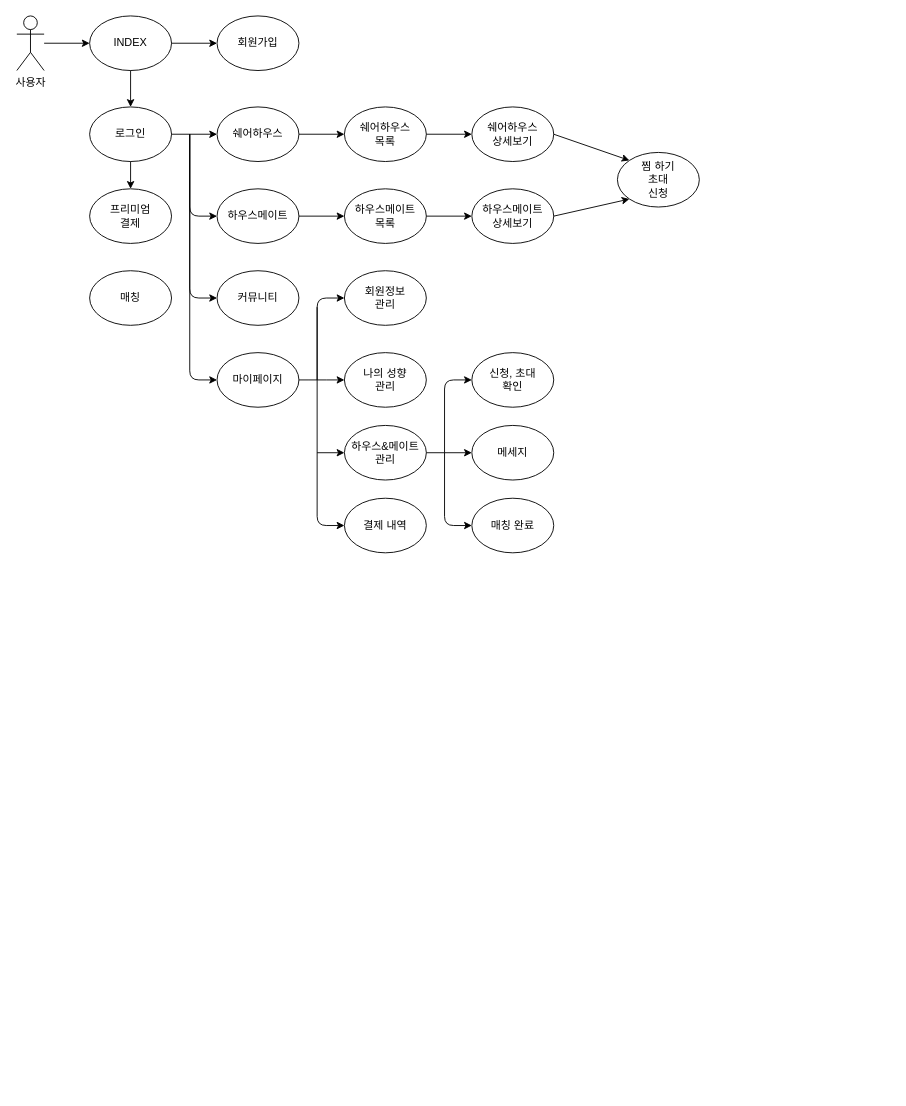
This is Untitled Diagram.drawio from 0905cjw/0905cjw.github.io, a draw.io file, before an edit. Source tidied: cells renumbered, new cells numbered last; positions are measured from the earlier drawing's top-left corner, leaving out a move shared by most shapes. Both pictures are drawn from the tidied source at 91%, with x=0, y=0 at pixel (16, 15).
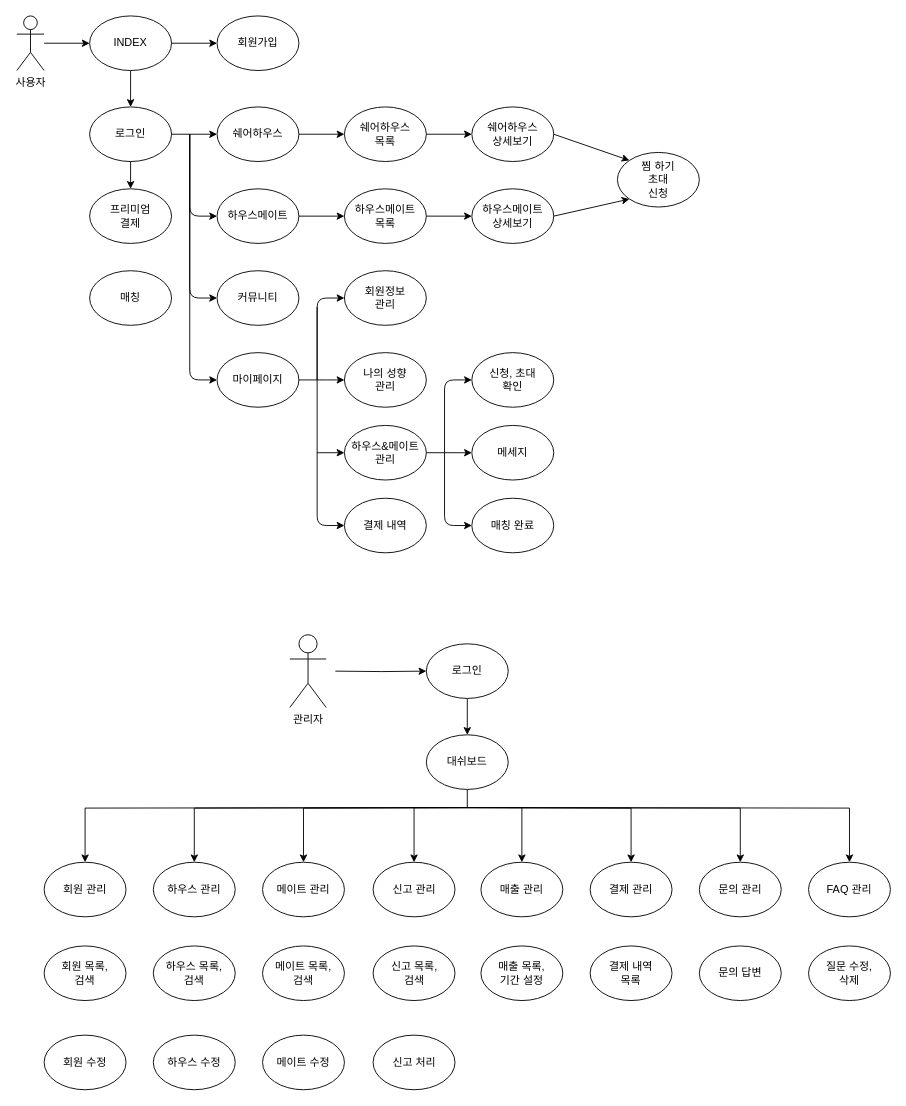
The same diagram, later.

Commit message:
사용자, 관리자

Diff of the diagram source:
```diff
@@
+    <mxCell id="45" style="edgeStyle=orthogonalEdgeStyle;rounded=0;jettySize=auto;html=1;entryX=0;entryY=0.5;entryDx=0;entryDy=0;" parent="1" edge="1" target="48">
+      <mxGeometry relative="1" as="geometry">
+        <mxPoint x="350" y="720" as="sourcePoint" />
+      </mxGeometry>
+    </mxCell>
+    <mxCell id="46" value="관리자" style="shape=umlActor;verticalLabelPosition=bottom;verticalAlign=top;html=1;" parent="1" vertex="1">
+      <mxGeometry x="300" y="680" width="40" height="80" as="geometry" />
+    </mxCell>
+    <mxCell id="47" style="edgeStyle=orthogonalEdgeStyle;rounded=0;jettySize=auto;html=1;exitX=0.5;exitY=1;exitDx=0;exitDy=0;entryX=0.5;entryY=0;entryDx=0;entryDy=0;" parent="1" edge="1" source="48" target="57">
+      <mxGeometry relative="1" as="geometry" />
+    </mxCell>
+    <mxCell id="48" value="로그인" style="ellipse;whiteSpace=wrap;html=1;" parent="1" vertex="1">
+      <mxGeometry x="450" y="690" width="90" height="60" as="geometry" />
+    </mxCell>
+    <mxCell id="49" style="edgeStyle=orthogonalEdgeStyle;rounded=0;jettySize=auto;html=1;entryX=0.5;entryY=0;entryDx=0;entryDy=0;" parent="1" edge="1" target="58">
+      <mxGeometry relative="1" as="geometry">
+        <mxPoint x="495" y="870" as="sourcePoint" />
+      </mxGeometry>
+    </mxCell>
+    <mxCell id="50" style="edgeStyle=orthogonalEdgeStyle;rounded=0;jettySize=auto;html=1;entryX=0.5;entryY=0;entryDx=0;entryDy=0;" parent="1" edge="1" target="59">
+      <mxGeometry relative="1" as="geometry">
+        <mxPoint x="495" y="870" as="sourcePoint" />
+      </mxGeometry>
+    </mxCell>
+    <mxCell id="51" style="edgeStyle=orthogonalEdgeStyle;rounded=0;jettySize=auto;html=1;entryX=0.5;entryY=0;entryDx=0;entryDy=0;" parent="1" edge="1" target="60">
+      <mxGeometry relative="1" as="geometry">
+        <mxPoint x="495" y="870" as="sourcePoint" />
+      </mxGeometry>
+    </mxCell>
+    <mxCell id="52" style="edgeStyle=orthogonalEdgeStyle;rounded=0;jettySize=auto;html=1;entryX=0.5;entryY=0;entryDx=0;entryDy=0;exitX=0.5;exitY=1;exitDx=0;exitDy=0;" parent="1" edge="1" source="57" target="61">
+      <mxGeometry relative="1" as="geometry">
+        <Array as="points">
+          <mxPoint x="495" y="870" />
+          <mxPoint x="436" y="870" />
+        </Array>
+      </mxGeometry>
+    </mxCell>
+    <mxCell id="53" style="edgeStyle=orthogonalEdgeStyle;rounded=0;jettySize=auto;html=1;" parent="1" edge="1" target="62">
+      <mxGeometry relative="1" as="geometry">
+        <mxPoint x="495" y="870" as="sourcePoint" />
+        <Array as="points">
+          <mxPoint x="555" y="870" />
+        </Array>
+      </mxGeometry>
+    </mxCell>
+    <mxCell id="54" style="edgeStyle=orthogonalEdgeStyle;rounded=0;jettySize=auto;html=1;entryX=0.5;entryY=0;entryDx=0;entryDy=0;" parent="1" edge="1" target="63">
+      <mxGeometry relative="1" as="geometry">
+        <mxPoint x="495" y="870" as="sourcePoint" />
+      </mxGeometry>
+    </mxCell>
+    <mxCell id="55" style="edgeStyle=orthogonalEdgeStyle;rounded=0;jettySize=auto;html=1;entryX=0.5;entryY=0;entryDx=0;entryDy=0;" parent="1" edge="1" target="64">
+      <mxGeometry relative="1" as="geometry">
+        <mxPoint x="495" y="870" as="sourcePoint" />
+      </mxGeometry>
+    </mxCell>
+    <mxCell id="56" style="edgeStyle=orthogonalEdgeStyle;rounded=0;jettySize=auto;html=1;entryX=0.5;entryY=0;entryDx=0;entryDy=0;" parent="1" edge="1" target="65">
+      <mxGeometry relative="1" as="geometry">
+        <mxPoint x="495" y="870" as="sourcePoint" />
+      </mxGeometry>
+    </mxCell>
+    <mxCell id="57" value="대쉬보드" style="ellipse;whiteSpace=wrap;html=1;" parent="1" vertex="1">
+      <mxGeometry x="450" y="790" width="90" height="60" as="geometry" />
+    </mxCell>
+    <mxCell id="58" value="회원 관리" style="ellipse;whiteSpace=wrap;html=1;" parent="1" vertex="1">
+      <mxGeometry x="30" y="930" width="90" height="60" as="geometry" />
+    </mxCell>
+    <mxCell id="59" value="하우스 관리" style="ellipse;whiteSpace=wrap;html=1;" parent="1" vertex="1">
+      <mxGeometry x="150" y="930" width="90" height="60" as="geometry" />
+    </mxCell>
+    <mxCell id="60" value="메이트&amp;nbsp;관리" style="ellipse;whiteSpace=wrap;html=1;" parent="1" vertex="1">
+      <mxGeometry x="270" y="930" width="90" height="60" as="geometry" />
+    </mxCell>
+    <mxCell id="61" value="신고&amp;nbsp;관리" style="ellipse;whiteSpace=wrap;html=1;" parent="1" vertex="1">
+      <mxGeometry x="391.5" y="930" width="90" height="60" as="geometry" />
+    </mxCell>
+    <mxCell id="62" value="매출&amp;nbsp;관리" style="ellipse;whiteSpace=wrap;html=1;" parent="1" vertex="1">
+      <mxGeometry x="510" y="930" width="90" height="60" as="geometry" />
+    </mxCell>
+    <mxCell id="63" value="결제 관리" style="ellipse;whiteSpace=wrap;html=1;" parent="1" vertex="1">
+      <mxGeometry x="630" y="930" width="90" height="60" as="geometry" />
+    </mxCell>
+    <mxCell id="64" value="문의 관리" style="ellipse;whiteSpace=wrap;html=1;" parent="1" vertex="1">
+      <mxGeometry x="750" y="930" width="90" height="60" as="geometry" />
+    </mxCell>
+    <mxCell id="65" value="FAQ 관리" style="ellipse;whiteSpace=wrap;html=1;" parent="1" vertex="1">
+      <mxGeometry x="870" y="930" width="90" height="60" as="geometry" />
+    </mxCell>
+    <mxCell id="66" value="회원 목록,&lt;br&gt;검색" style="ellipse;whiteSpace=wrap;html=1;" parent="1" vertex="1">
+      <mxGeometry x="30" y="1022" width="90" height="60" as="geometry" />
+    </mxCell>
+    <mxCell id="67" value="하우스 목록,&lt;br&gt;검색" style="ellipse;whiteSpace=wrap;html=1;" parent="1" vertex="1">
+      <mxGeometry x="150" y="1022" width="90" height="60" as="geometry" />
+    </mxCell>
+    <mxCell id="68" value="메이트 목록,&lt;br&gt;검색" style="ellipse;whiteSpace=wrap;html=1;" parent="1" vertex="1">
+      <mxGeometry x="270" y="1022" width="90" height="60" as="geometry" />
+    </mxCell>
+    <mxCell id="69" value="신고 목록,&lt;br&gt;검색" style="ellipse;whiteSpace=wrap;html=1;" parent="1" vertex="1">
+      <mxGeometry x="391.5" y="1022" width="90" height="60" as="geometry" />
+    </mxCell>
+    <mxCell id="70" value="매출&amp;nbsp;목록,&lt;br&gt;기간 설정" style="ellipse;whiteSpace=wrap;html=1;" parent="1" vertex="1">
+      <mxGeometry x="510" y="1022" width="90" height="60" as="geometry" />
+    </mxCell>
+    <mxCell id="71" value="결제 내역&lt;br&gt;목록" style="ellipse;whiteSpace=wrap;html=1;" parent="1" vertex="1">
+      <mxGeometry x="630" y="1022" width="90" height="60" as="geometry" />
+    </mxCell>
+    <mxCell id="72" value="문의 답변" style="ellipse;whiteSpace=wrap;html=1;" parent="1" vertex="1">
+      <mxGeometry x="750" y="1022" width="90" height="60" as="geometry" />
+    </mxCell>
+    <mxCell id="73" value="질문 수정,&lt;br&gt;삭제" style="ellipse;whiteSpace=wrap;html=1;" parent="1" vertex="1">
+      <mxGeometry x="870" y="1022" width="90" height="60" as="geometry" />
+    </mxCell>
+    <mxCell id="74" value="회원 수정" style="ellipse;whiteSpace=wrap;html=1;" parent="1" vertex="1">
+      <mxGeometry x="30" y="1120" width="90" height="60" as="geometry" />
+    </mxCell>
+    <mxCell id="75" value="하우스 수정" style="ellipse;whiteSpace=wrap;html=1;" parent="1" vertex="1">
+      <mxGeometry x="150" y="1120" width="90" height="60" as="geometry" />
+    </mxCell>
+    <mxCell id="76" value="메이트 수정" style="ellipse;whiteSpace=wrap;html=1;" parent="1" vertex="1">
+      <mxGeometry x="270" y="1120" width="90" height="60" as="geometry" />
+    </mxCell>
+    <mxCell id="77" value="신고 처리" style="ellipse;whiteSpace=wrap;html=1;" parent="1" vertex="1">
+      <mxGeometry x="391.5" y="1120" width="90" height="60" as="geometry" />
+    </mxCell>
```
